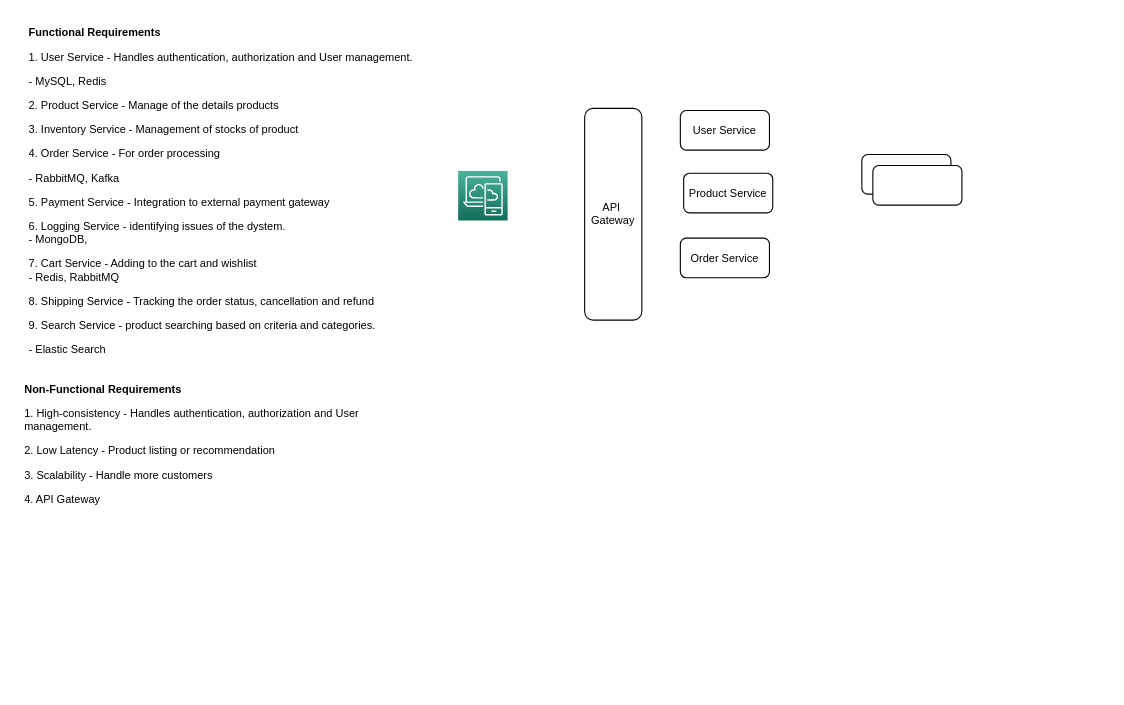
This is system-designs/ecommerce-design.drawio from r0jjames/system-designs, a draw.io file, before an edit. Source tidied: cells renumbered, new cells numbered last; positions are measured from the earlier drawing's top-left corner, leaving out a move shared by most shapes. Both pictures are drawn from the tidied source at 110%, with x=0, y=0 at pixel (19, 30).
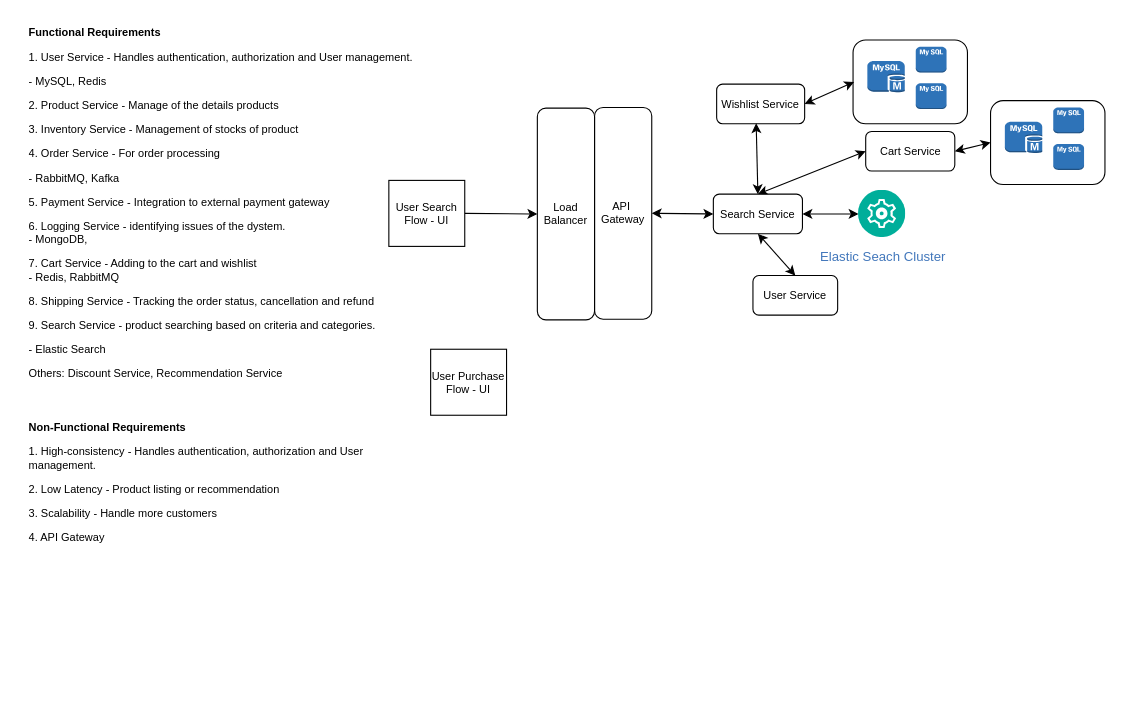
The same page after the edit.

Commit message:
update ecommerce design

The edit, as a diff of the source:
```diff
@@
-    <mxCell id="2" value="&lt;h1 style=&quot;font-size: 10px;&quot;&gt;&lt;font style=&quot;font-size: 10px;&quot;&gt;Functional Requirements&lt;/font&gt;&lt;/h1&gt;&lt;p style=&quot;font-size: 10px;&quot;&gt;1. User Service&amp;nbsp;&lt;span style=&quot;background-color: initial;&quot;&gt;- Handles authentication, authorization and User management.&lt;/span&gt;&lt;/p&gt;&lt;p style=&quot;font-size: 10px;&quot;&gt;- MySQL, Redis&lt;/p&gt;&lt;p style=&quot;font-size: 10px;&quot;&gt;2. Product Service - Manage of the details products&lt;/p&gt;&lt;p style=&quot;font-size: 10px;&quot;&gt;3. Inventory Service - Management of stocks of product&lt;/p&gt;&lt;p style=&quot;font-size: 10px;&quot;&gt;4&lt;font style=&quot;font-size: 10px;&quot;&gt;. Order Service - For order processing&lt;/font&gt;&lt;/p&gt;&lt;p style=&quot;font-size: 10px;&quot;&gt;&lt;font style=&quot;font-size: 10px;&quot;&gt;- RabbitMQ, Kafka&lt;/font&gt;&lt;/p&gt;&lt;p style=&quot;font-size: 10px;&quot;&gt;&lt;font style=&quot;font-size: 10px;&quot;&gt;5. Payment Service - Integration to external payment gateway&lt;/font&gt;&lt;/p&gt;&lt;p style=&quot;font-size: 10px;&quot;&gt;&lt;font style=&quot;font-size: 10px;&quot;&gt;6. Logging Service - identifying issues of the dystem.&lt;br&gt;- MongoDB,&amp;nbsp;&lt;/font&gt;&lt;/p&gt;&lt;p style=&quot;font-size: 10px;&quot;&gt;7. Cart Service - Adding to the cart and wishlist&lt;br&gt;- Redis, RabbitMQ&lt;/p&gt;&lt;p style=&quot;font-size: 10px;&quot;&gt;8. Shipping Service - Tracking the order status, cancellation and refund&lt;/p&gt;&lt;p style=&quot;font-size: 10px;&quot;&gt;9. Search Service - product searching based on criteria and categories.&lt;/p&gt;&lt;p style=&quot;font-size: 10px;&quot;&gt;- Elastic Search&amp;nbsp;&lt;/p&gt;&lt;p style=&quot;font-size: 10px;&quot;&gt;&amp;nbsp;&lt;/p&gt;" style="text;html=1;strokeColor=none;fillColor=none;spacing=5;spacingTop=-20;whiteSpace=wrap;overflow=hidden;rounded=0;fontSize=10;" parent="1" vertex="1">
-      <mxGeometry x="4" width="399" height="310" as="geometry" />
+    <mxCell id="2" value="&lt;h1 style=&quot;font-size: 10px;&quot;&gt;&lt;font style=&quot;font-size: 10px;&quot;&gt;Functional Requirements&lt;/font&gt;&lt;/h1&gt;&lt;p style=&quot;font-size: 10px;&quot;&gt;1. User Service&amp;nbsp;&lt;span style=&quot;background-color: initial;&quot;&gt;- Handles authentication, authorization and User management.&lt;/span&gt;&lt;/p&gt;&lt;p style=&quot;font-size: 10px;&quot;&gt;- MySQL, Redis&lt;/p&gt;&lt;p style=&quot;font-size: 10px;&quot;&gt;2. Product Service - Manage of the details products&lt;/p&gt;&lt;p style=&quot;font-size: 10px;&quot;&gt;3. Inventory Service - Management of stocks of product&lt;/p&gt;&lt;p style=&quot;font-size: 10px;&quot;&gt;4&lt;font style=&quot;font-size: 10px;&quot;&gt;. Order Service - For order processing&lt;/font&gt;&lt;/p&gt;&lt;p style=&quot;font-size: 10px;&quot;&gt;&lt;font style=&quot;font-size: 10px;&quot;&gt;- RabbitMQ, Kafka&lt;/font&gt;&lt;/p&gt;&lt;p style=&quot;font-size: 10px;&quot;&gt;&lt;font style=&quot;font-size: 10px;&quot;&gt;5. Payment Service - Integration to external payment gateway&lt;/font&gt;&lt;/p&gt;&lt;p style=&quot;font-size: 10px;&quot;&gt;&lt;font style=&quot;font-size: 10px;&quot;&gt;6. Logging Service - identifying issues of the dystem.&lt;br&gt;- MongoDB,&amp;nbsp;&lt;/font&gt;&lt;/p&gt;&lt;p style=&quot;font-size: 10px;&quot;&gt;7. Cart Service - Adding to the cart and wishlist&lt;br&gt;- Redis, RabbitMQ&lt;/p&gt;&lt;p style=&quot;font-size: 10px;&quot;&gt;8. Shipping Service - Tracking the order status, cancellation and refund&lt;/p&gt;&lt;p style=&quot;font-size: 10px;&quot;&gt;9. Search Service - product searching based on criteria and categories.&lt;/p&gt;&lt;p style=&quot;font-size: 10px;&quot;&gt;- Elastic Search&amp;nbsp;&lt;/p&gt;&lt;p style=&quot;font-size: 10px;&quot;&gt;Others: Discount Service, Recommendation Service&amp;nbsp;&lt;/p&gt;" style="text;html=1;strokeColor=none;fillColor=none;spacing=5;spacingTop=-20;whiteSpace=wrap;overflow=hidden;rounded=0;fontSize=10;" parent="1" vertex="1">
+      <mxGeometry x="4" width="399" height="327" as="geometry" />
     </mxCell>
     <mxCell id="3" value="&lt;h1 style=&quot;font-size: 10px;&quot;&gt;&lt;font style=&quot;font-size: 10px;&quot;&gt;Non-Functional Requirements&lt;/font&gt;&lt;/h1&gt;&lt;p style=&quot;font-size: 10px;&quot;&gt;1. High-consistency - Handles authentication, authorization and User management.&lt;/p&gt;&lt;p style=&quot;font-size: 10px;&quot;&gt;2. Low Latency - Product listing or recommendation&lt;/p&gt;&lt;p style=&quot;font-size: 10px;&quot;&gt;3. Scalability - Handle more customers&lt;/p&gt;&lt;p style=&quot;font-size: 10px;&quot;&gt;4. API Gateway&amp;nbsp;&lt;/p&gt;" style="text;html=1;strokeColor=none;fillColor=none;spacing=5;spacingTop=-20;whiteSpace=wrap;overflow=hidden;rounded=0;fontSize=10;" parent="1" vertex="1">
-      <mxGeometry y="324" width="332" height="238" as="geometry" />
+      <mxGeometry x="4" y="359" width="332" height="238" as="geometry" />
     </mxCell>
-    <mxCell id="4" style="sketch=0;fontColor=#232F3E;gradientColor=#4AB29A;gradientDirection=north;fillColor=#116D5B;strokeColor=#ffffff;dashed=0;verticalLabelPosition=bottom;verticalAlign=top;align=center;html=1;fontSize=12;fontStyle=0;shape=mxgraph.aws4.resourceIcon;resIcon=mxgraph.aws4.desktop_and_app_streaming;" parent="1" vertex="1">
-      <mxGeometry x="399" y="128" width="45" height="45" as="geometry" />
-    </mxCell>
+    <mxCell id="11" style="edgeStyle=none;html=1;entryX=0;entryY=0.5;entryDx=0;entryDy=0;fontSize=10;exitX=1;exitY=0.5;exitDx=0;exitDy=0;" parent="1" edge="1" source="19" target="21">
+      <mxGeometry relative="1" as="geometry" />
+    </mxCell>
+    <mxCell id="12" style="edgeStyle=none;html=1;exitX=1;exitY=0.5;exitDx=0;exitDy=0;entryX=0;entryY=0.5;entryDx=0;entryDy=0;fontSize=10;startArrow=classic;startFill=1;" parent="1" edge="1" source="5" target="10">
+      <mxGeometry relative="1" as="geometry" />
+    </mxCell>
     <mxCell id="5" value="API&amp;nbsp;&lt;br&gt;Gateway" style="rounded=1;whiteSpace=wrap;html=1;fontSize=10;" parent="1" vertex="1">
-      <mxGeometry x="514" y="71" width="52" height="192.5" as="geometry" />
+      <mxGeometry x="523" y="70.2" width="52" height="192.5" as="geometry" />
     </mxCell>
+    <mxCell id="13" style="edgeStyle=none;html=1;exitX=0.5;exitY=0;exitDx=0;exitDy=0;entryX=0.5;entryY=1;entryDx=0;entryDy=0;fontSize=10;startArrow=classic;startFill=1;" parent="1" edge="1" source="6" target="10">
+      <mxGeometry relative="1" as="geometry" />
+    </mxCell>
     <mxCell id="6" value="User Service" style="rounded=1;whiteSpace=wrap;html=1;fontSize=10;" parent="1" vertex="1">
-      <mxGeometry x="601" y="73" width="81" height="36" as="geometry" />
+      <mxGeometry x="667" y="223" width="77" height="36" as="geometry" />
     </mxCell>
     <mxCell id="7" style="rounded=1;whiteSpace=wrap;html=1;fontSize=10;" parent="1" vertex="1">
-      <mxGeometry x="766" y="113" width="81" height="36" as="geometry" />
+      <mxGeometry x="758" y="8.8" width="104" height="76.2" as="geometry" />
     </mxCell>
+    <mxCell id="14" style="edgeStyle=none;html=1;exitX=1;exitY=0.5;exitDx=0;exitDy=0;fontSize=10;startArrow=classic;startFill=1;" parent="1" edge="1" source="8">
+      <mxGeometry relative="1" as="geometry">
+        <mxPoint x="759" y="47" as="targetPoint" />
+      </mxGeometry>
+    </mxCell>
-    <mxCell id="8" style="rounded=1;whiteSpace=wrap;html=1;fontSize=10;" parent="1" vertex="1">
-      <mxGeometry x="776" y="123" width="81" height="36" as="geometry" />
+    <mxCell id="8" value="Wishlist Service" style="rounded=1;whiteSpace=wrap;html=1;fontSize=10;" parent="1" vertex="1">
+      <mxGeometry x="634" y="49" width="80" height="36" as="geometry" />
     </mxCell>
+    <mxCell id="15" style="edgeStyle=none;html=1;exitX=1;exitY=0.5;exitDx=0;exitDy=0;entryX=0;entryY=0.5;entryDx=0;entryDy=0;fontSize=10;startArrow=classic;startFill=1;" parent="1" edge="1" source="9" target="26">
+      <mxGeometry relative="1" as="geometry" />
+    </mxCell>
-    <mxCell id="9" value="Order Service" style="rounded=1;whiteSpace=wrap;html=1;fontSize=10;" parent="1" vertex="1">
-      <mxGeometry x="601" y="189" width="81" height="36" as="geometry" />
+    <mxCell id="9" value="Cart Service" style="rounded=1;whiteSpace=wrap;html=1;fontSize=10;" parent="1" vertex="1">
+      <mxGeometry x="769.5" y="92" width="81" height="36" as="geometry" />
     </mxCell>
+    <mxCell id="16" style="edgeStyle=none;html=1;exitX=1;exitY=0.5;exitDx=0;exitDy=0;fontSize=10;startArrow=classic;startFill=1;" parent="1" edge="1" source="10" target="22">
+      <mxGeometry relative="1" as="geometry" />
+    </mxCell>
+    <mxCell id="17" style="edgeStyle=none;html=1;exitX=0.5;exitY=0;exitDx=0;exitDy=0;entryX=0.449;entryY=0.988;entryDx=0;entryDy=0;entryPerimeter=0;fontSize=10;startArrow=classic;startFill=1;" parent="1" edge="1" source="10" target="8">
+      <mxGeometry relative="1" as="geometry" />
+    </mxCell>
+    <mxCell id="18" style="edgeStyle=none;html=1;exitX=0.5;exitY=0;exitDx=0;exitDy=0;entryX=0;entryY=0.5;entryDx=0;entryDy=0;fontSize=10;startArrow=classic;startFill=1;" parent="1" edge="1" source="10" target="9">
+      <mxGeometry relative="1" as="geometry" />
+    </mxCell>
-    <mxCell id="10" value="Product Service" style="rounded=1;whiteSpace=wrap;html=1;fontSize=10;" parent="1" vertex="1">
-      <mxGeometry x="604" y="130" width="81" height="36" as="geometry" />
+    <mxCell id="10" value="Search Service" style="rounded=1;whiteSpace=wrap;html=1;fontSize=10;" parent="1" vertex="1">
+      <mxGeometry x="631" y="149" width="81" height="36" as="geometry" />
     </mxCell>
+    <mxCell id="19" value="User Search Flow - UI" style="rounded=0;whiteSpace=wrap;html=1;fontSize=10;" parent="1" vertex="1">
+      <mxGeometry x="336" y="136.5" width="69" height="60" as="geometry" />
+    </mxCell>
+    <mxCell id="20" value="User Purchase Flow - UI" style="rounded=0;whiteSpace=wrap;html=1;fontSize=10;" parent="1" vertex="1">
+      <mxGeometry x="374" y="290" width="69" height="60" as="geometry" />
+    </mxCell>
+    <mxCell id="21" value="Load Balancer" style="rounded=1;whiteSpace=wrap;html=1;fontSize=10;" parent="1" vertex="1">
+      <mxGeometry x="471" y="70.8" width="52" height="192.5" as="geometry" />
+    </mxCell>
+    <mxCell id="22" value="Elastic Seach Cluster" style="perimeter=ellipsePerimeter;html=1;align=center;shadow=0;dashed=0;fontColor=#4277BB;labelBackgroundColor=#ffffff;fontSize=12;spacingTop=3;image;image=img/lib/ibm/management/cluster_management.svg;" parent="1" vertex="1">
+      <mxGeometry x="763" y="145.5" width="43" height="43" as="geometry" />
+    </mxCell>
+    <mxCell id="23" style="dashed=0;verticalLabelPosition=bottom;verticalAlign=top;align=center;html=1;shape=mxgraph.aws3.mysql_db_instance;fillColor=#2E73B8;gradientColor=none;fontSize=10;" parent="1" vertex="1">
+      <mxGeometry x="771" y="28" width="34" height="28.5" as="geometry" />
+    </mxCell>
+    <mxCell id="24" style="dashed=0;verticalLabelPosition=bottom;verticalAlign=top;align=center;html=1;shape=mxgraph.aws3.mysql_db_instance_2;fillColor=#2E73B8;gradientColor=none;fontSize=10;" parent="1" vertex="1">
+      <mxGeometry x="815" y="15" width="28" height="23.5" as="geometry" />
+    </mxCell>
+    <mxCell id="25" style="dashed=0;verticalLabelPosition=bottom;verticalAlign=top;align=center;html=1;shape=mxgraph.aws3.mysql_db_instance_2;fillColor=#2E73B8;gradientColor=none;fontSize=10;" parent="1" vertex="1">
+      <mxGeometry x="815" y="48.2" width="28" height="23.5" as="geometry" />
+    </mxCell>
+    <mxCell id="26" style="rounded=1;whiteSpace=wrap;html=1;fontSize=10;" parent="1" vertex="1">
+      <mxGeometry x="883" y="64" width="104" height="76.2" as="geometry" />
+    </mxCell>
+    <mxCell id="27" style="dashed=0;verticalLabelPosition=bottom;verticalAlign=top;align=center;html=1;shape=mxgraph.aws3.mysql_db_instance;fillColor=#2E73B8;gradientColor=none;fontSize=10;" parent="1" vertex="1">
+      <mxGeometry x="896" y="83.2" width="34" height="28.5" as="geometry" />
+    </mxCell>
+    <mxCell id="28" style="dashed=0;verticalLabelPosition=bottom;verticalAlign=top;align=center;html=1;shape=mxgraph.aws3.mysql_db_instance_2;fillColor=#2E73B8;gradientColor=none;fontSize=10;" parent="1" vertex="1">
+      <mxGeometry x="940" y="70.2" width="28" height="23.5" as="geometry" />
+    </mxCell>
+    <mxCell id="29" style="dashed=0;verticalLabelPosition=bottom;verticalAlign=top;align=center;html=1;shape=mxgraph.aws3.mysql_db_instance_2;fillColor=#2E73B8;gradientColor=none;fontSize=10;" parent="1" vertex="1">
+      <mxGeometry x="940" y="103.5" width="28" height="23.5" as="geometry" />
+    </mxCell>
```
